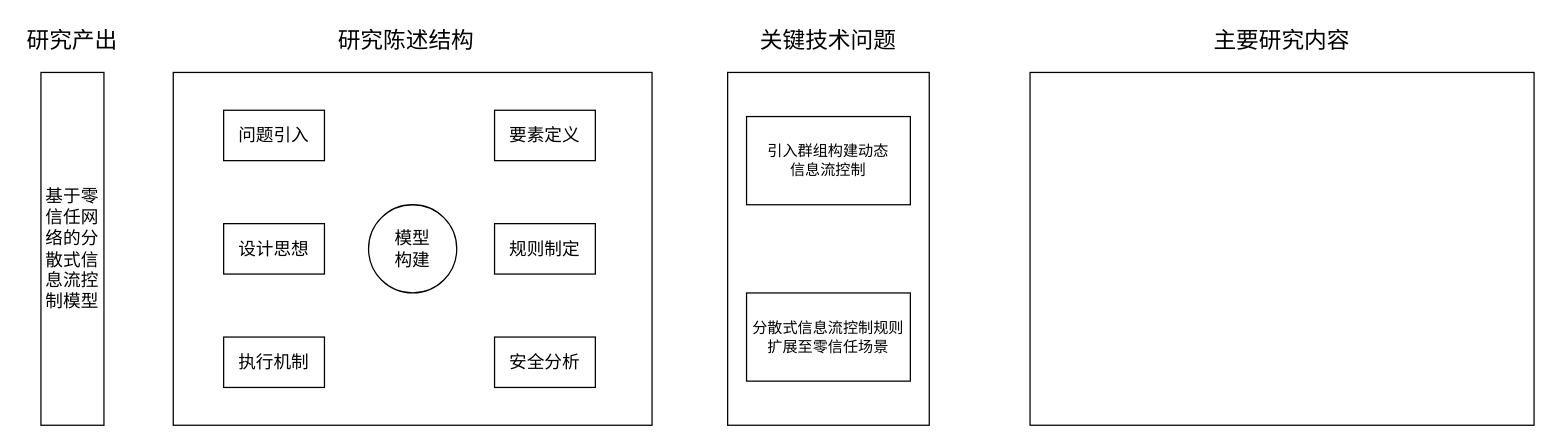
Earlier version of the draw.io diagram 第三章研究内容.drawio (ZhuShouCheng/notebook). Source tidied: cells renumbered, new cells numbered last; positions are measured from the earlier drawing's top-left corner, leaving out a move shared by most shapes. Both pictures are drawn from the tidied source at 126%, with x=0, y=0 at pixel (21, 21).
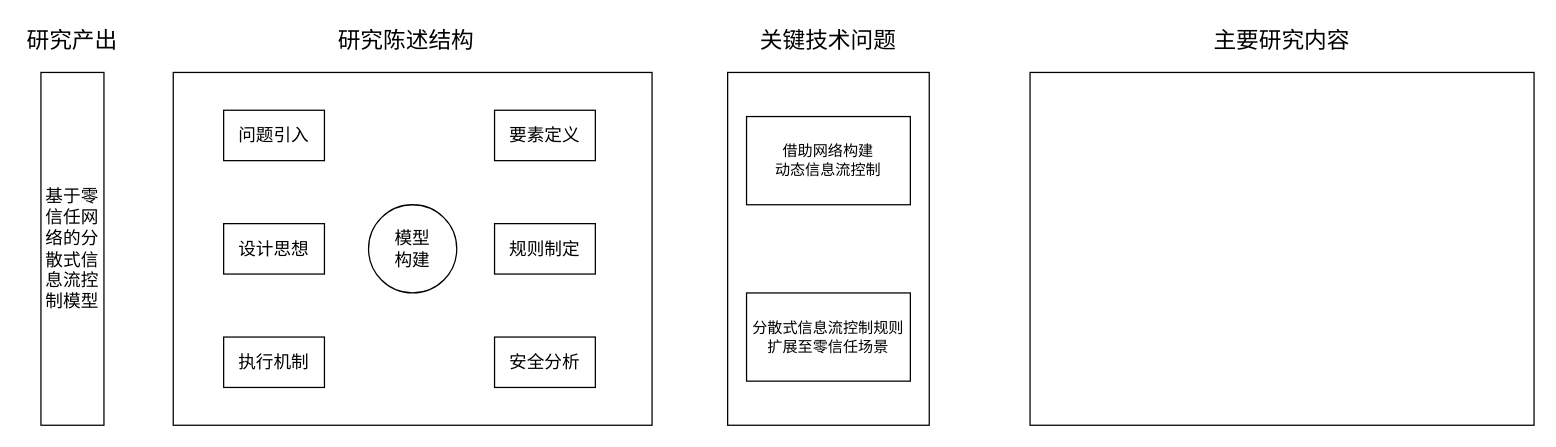
After the change.

Commit message (it also covers changes not shown here):
更新第三章研究内容.drawio

What changed in the source:
```diff
@@
 <mxGraphModel>
   <root>
     <mxCell id="0" />
     <mxCell id="1" parent="0" />
     <mxCell id="2" style="rounded=0;whiteSpace=wrap;html=1;" parent="1" vertex="1">
       <mxGeometry x="120" y="40" width="380" height="280" as="geometry" />
     </mxCell>
     <mxCell id="3" value="&lt;font style=&quot;font-size: 14px;&quot;&gt;基于零信任网络的分散式信息流控制模型&lt;/font&gt;" style="rounded=0;whiteSpace=wrap;html=1;" parent="1" vertex="1">
       <mxGeometry x="15" y="40" width="50" height="280" as="geometry" />
     </mxCell>
     <mxCell id="4" value="&lt;font style=&quot;font-size: 18px;&quot;&gt;研究产出&lt;/font&gt;" style="text;html=1;strokeColor=none;fillColor=none;align=center;verticalAlign=middle;whiteSpace=wrap;rounded=0;" parent="1" vertex="1">
       <mxGeometry width="80" height="30" as="geometry" />
     </mxCell>
     <mxCell id="5" value="&lt;font style=&quot;font-size: 18px;&quot;&gt;研究陈述结构&lt;/font&gt;" style="text;html=1;strokeColor=none;fillColor=none;align=center;verticalAlign=middle;whiteSpace=wrap;rounded=0;" parent="1" vertex="1">
       <mxGeometry x="235" width="140" height="30" as="geometry" />
     </mxCell>
     <mxCell id="6" value="&lt;font style=&quot;font-size: 14px;&quot;&gt;模型&lt;br&gt;构建&lt;/font&gt;" style="ellipse;whiteSpace=wrap;html=1;" parent="1" vertex="1">
       <mxGeometry x="275" y="145" width="70" height="70" as="geometry" />
     </mxCell>
     <mxCell id="7" value="&lt;font style=&quot;font-size: 14px;&quot;&gt;问题引入&lt;/font&gt;" style="rounded=0;whiteSpace=wrap;html=1;" parent="1" vertex="1">
       <mxGeometry x="160" y="70" width="80" height="40" as="geometry" />
     </mxCell>
     <mxCell id="8" value="&lt;span style=&quot;font-size: 14px;&quot;&gt;规则制定&lt;/span&gt;" style="rounded=0;whiteSpace=wrap;html=1;" parent="1" vertex="1">
       <mxGeometry x="375" y="160" width="80" height="40" as="geometry" />
     </mxCell>
     <mxCell id="9" value="&lt;span style=&quot;font-size: 14px;&quot;&gt;要素定义&lt;/span&gt;" style="rounded=0;whiteSpace=wrap;html=1;" parent="1" vertex="1">
       <mxGeometry x="375" y="70" width="80" height="40" as="geometry" />
     </mxCell>
     <mxCell id="10" value="&lt;span style=&quot;font-size: 14px;&quot;&gt;设计思想&lt;/span&gt;" style="rounded=0;whiteSpace=wrap;html=1;" parent="1" vertex="1">
       <mxGeometry x="160" y="160" width="80" height="40" as="geometry" />
     </mxCell>
     <mxCell id="11" style="rounded=0;whiteSpace=wrap;html=1;" parent="1" vertex="1">
       <mxGeometry x="560" y="40" width="160" height="280" as="geometry" />
     </mxCell>
     <mxCell id="12" value="&lt;span style=&quot;font-size: 18px;&quot;&gt;关键技术问题&lt;/span&gt;" style="text;html=1;strokeColor=none;fillColor=none;align=center;verticalAlign=middle;whiteSpace=wrap;rounded=0;" parent="1" vertex="1">
       <mxGeometry x="570" width="140" height="30" as="geometry" />
     </mxCell>
     <mxCell id="13" value="分散式信息流控制规则扩展至零信任场景" style="rounded=0;whiteSpace=wrap;html=1;" parent="1" vertex="1">
       <mxGeometry x="575" y="215" width="130" height="70" as="geometry" />
     </mxCell>
-    <mxCell id="14" value="引入群组构建动态&lt;br&gt;信息流控制" style="rounded=0;whiteSpace=wrap;html=1;" parent="1" vertex="1">
+    <mxCell id="14" value="借助网络构建&lt;br&gt;动态信息流控制" style="rounded=0;whiteSpace=wrap;html=1;" parent="1" vertex="1">
       <mxGeometry x="575" y="75" width="130" height="70" as="geometry" />
     </mxCell>
     <mxCell id="15" style="rounded=0;whiteSpace=wrap;html=1;" parent="1" vertex="1">
       <mxGeometry x="800" y="40" width="400" height="280" as="geometry" />
     </mxCell>
     <mxCell id="16" value="&lt;span style=&quot;font-size: 18px;&quot;&gt;主要研究内容&lt;/span&gt;" style="text;html=1;strokeColor=none;fillColor=none;align=center;verticalAlign=middle;whiteSpace=wrap;rounded=0;" parent="1" vertex="1">
       <mxGeometry x="930" width="140" height="30" as="geometry" />
     </mxCell>
     <mxCell id="17" value="&lt;span style=&quot;font-size: 14px;&quot;&gt;安全分析&lt;/span&gt;" style="rounded=0;whiteSpace=wrap;html=1;" parent="1" vertex="1">
       <mxGeometry x="375" y="250" width="80" height="40" as="geometry" />
     </mxCell>
     <mxCell id="18" value="&lt;span style=&quot;font-size: 14px;&quot;&gt;执行机制&lt;/span&gt;" style="rounded=0;whiteSpace=wrap;html=1;" parent="1" vertex="1">
       <mxGeometry x="160" y="250" width="80" height="40" as="geometry" />
     </mxCell>
   </root>
 </mxGraphModel>
```
